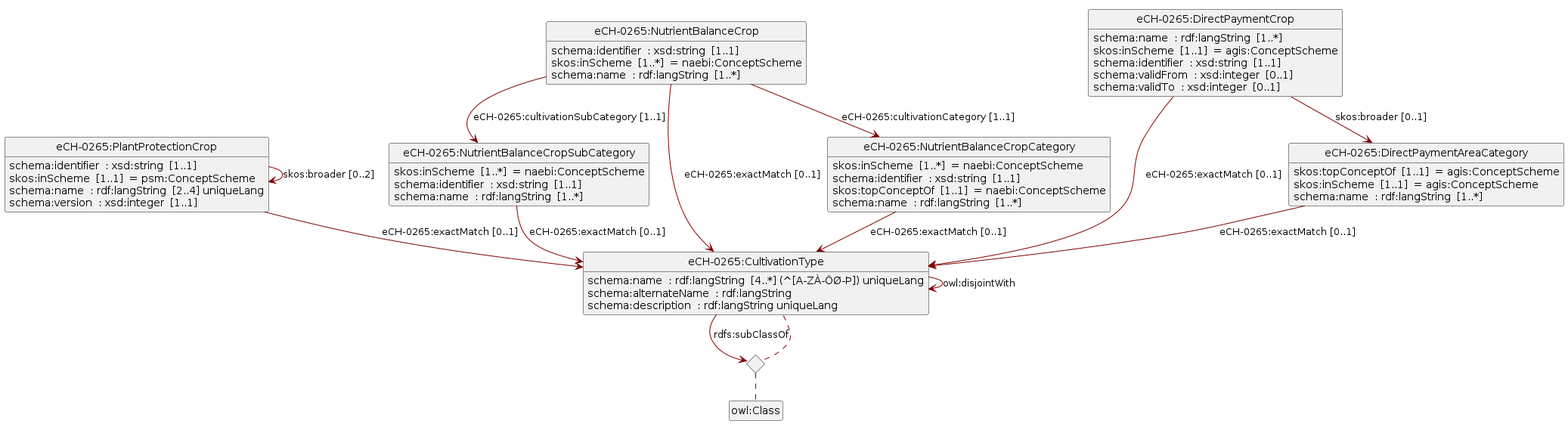
This is assets/img/uml.png from blw-ofag-ufag/eCH-0265, a PlantUML export, as it was before one commit.
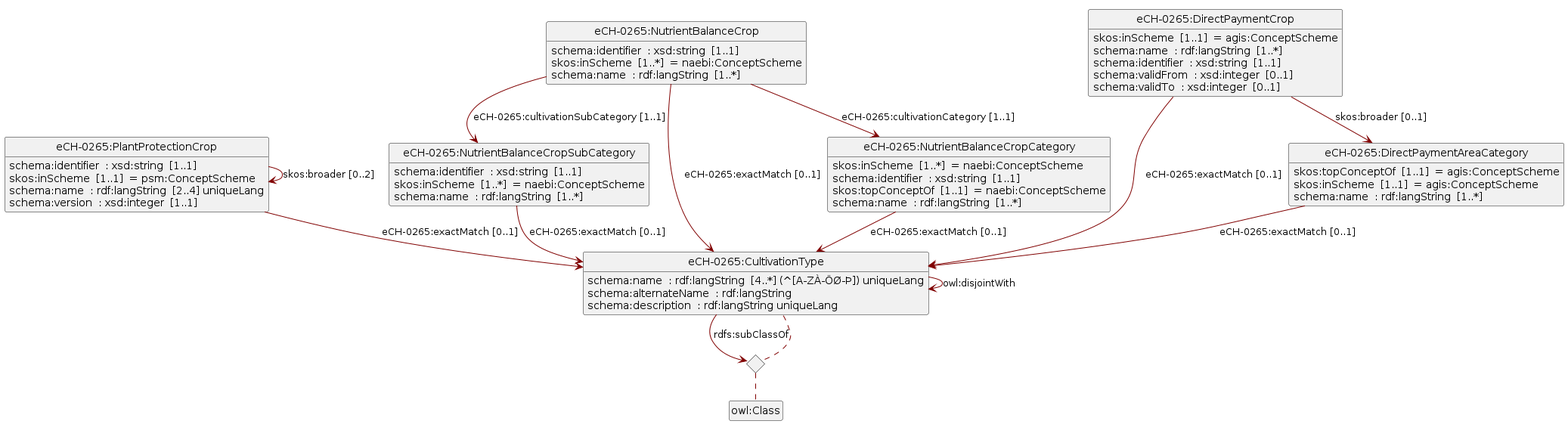
The same file after the commit.

What changed in the source:
```diff
@@ -9,8 +9,8 @@
 skinparam ArrowColor #Maroon
 set namespaceSeparator none
 Class "eCH-0265:NutrientBalanceCropSubCategory"
+"eCH-0265:NutrientBalanceCropSubCategory" : schema:identifier  : xsd:string  [1..1]
 "eCH-0265:NutrientBalanceCropSubCategory" : skos:inScheme  [1..*]  = naebi:ConceptScheme
-"eCH-0265:NutrientBalanceCropSubCategory" : schema:identifier  : xsd:string  [1..1]
 "eCH-0265:NutrientBalanceCropSubCategory" : schema:name  : rdf:langString  [1..*]
 "eCH-0265:NutrientBalanceCropSubCategory" --> "eCH-0265:CultivationType" : eCH-0265:exactMatch<U+00A0>[0..1]
 Class "eCH-0265:PlantProtectionCrop"
@@ -34,8 +34,8 @@
 "eCH-0265:NutrientBalanceCrop" --> "eCH-0265:NutrientBalanceCropCategory" : eCH-0265:cultivationCategory<U+00A0>[1..1]
 "eCH-0265:NutrientBalanceCrop" --> "eCH-0265:CultivationType" : eCH-0265:exactMatch<U+00A0>[0..1]
 Class "eCH-0265:DirectPaymentCrop"
+"eCH-0265:DirectPaymentCrop" : skos:inScheme  [1..1]  = agis:ConceptScheme
 "eCH-0265:DirectPaymentCrop" : schema:name  : rdf:langString  [1..*]
-"eCH-0265:DirectPaymentCrop" : skos:inScheme  [1..1]  = agis:ConceptScheme
 "eCH-0265:DirectPaymentCrop" : schema:identifier  : xsd:string  [1..1]
 "eCH-0265:DirectPaymentCrop" : schema:validFrom  : xsd:integer  [0..1]
 "eCH-0265:DirectPaymentCrop" : schema:validTo  : xsd:integer  [0..1]
@@ -45,10 +45,10 @@
 "eCH-0265:CultivationType" : schema:name  : rdf:langString  [4..*] {field} (^[A-ZÀ-ÖØ-Þ]) uniqueLang
 "eCH-0265:CultivationType" : schema:alternateName  : rdf:langString
 "eCH-0265:CultivationType" : schema:description  : rdf:langString uniqueLang
-<> diamond_CultivationType_90b5800e1cbdc8aa9222a79ed0505bf7
-"eCH-0265:CultivationType" --> "diamond_CultivationType_90b5800e1cbdc8aa9222a79ed0505bf7" : rdfs:subClassOf
-diamond_CultivationType_90b5800e1cbdc8aa9222a79ed0505bf7 ..  "eCH-0265:CultivationType"
-diamond_CultivationType_90b5800e1cbdc8aa9222a79ed0505bf7 ..  "owl:Class"
+<> diamond_CultivationType_f8e8460c1bdf19334aeb1351602190e9
+"eCH-0265:CultivationType" --> "diamond_CultivationType_f8e8460c1bdf19334aeb1351602190e9" : rdfs:subClassOf
+diamond_CultivationType_f8e8460c1bdf19334aeb1351602190e9 ..  "eCH-0265:CultivationType"
+diamond_CultivationType_f8e8460c1bdf19334aeb1351602190e9 ..  "owl:Class"
 "eCH-0265:CultivationType" --> "eCH-0265:CultivationType" : owl:disjointWith
 Class "eCH-0265:DirectPaymentAreaCategory"
 "eCH-0265:DirectPaymentAreaCategory" : skos:topConceptOf  [1..1]  = agis:ConceptScheme
```
